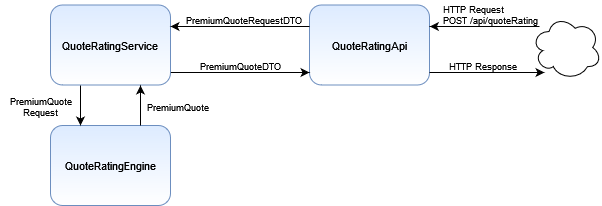
Earlier version of the draw.io export QuoteRatingAPI-Request-Flow.png (ErikKierstead/Coterie-Backend-Project). Source tidied: cells renumbered, new cells last; positions are measured from the earlier drawing's top-left corner, leaving out a move shared by most shapes. Its diagram source:
```xml
<mxGraphModel>
  <root>
    <mxCell id="0" />
    <mxCell id="1" parent="0" />
    <mxCell id="2" value="&lt;div style=&quot;font-size: 9px;&quot; align=&quot;left&quot;&gt;HTTP Request&lt;br style=&quot;font-size: 9px;&quot;&gt;&lt;/div&gt;&lt;div style=&quot;font-size: 9px;&quot; align=&quot;left&quot;&gt;POST /api/quoteRating&lt;/div&gt;" style="text;html=1;align=left;verticalAlign=middle;strokeColor=none;fillColor=none;fontSize=9;" parent="1" vertex="1">
      <mxGeometry x="441" width="110" height="30" as="geometry" />
    </mxCell>
    <mxCell id="3" value="PremiumQuoteRequestDTO" style="text;html=1;align=center;verticalAlign=middle;strokeColor=none;fillColor=none;fontSize=9;" parent="1" vertex="1">
      <mxGeometry x="178" y="10" width="130" height="20" as="geometry" />
    </mxCell>
    <mxCell id="4" value="QuoteRatingApi" style="rounded=1;whiteSpace=wrap;html=1;fontSize=11;fillColor=#DDEBFF;strokeColor=#6c8ebf;gradientColor=#ffffff;" parent="1" vertex="1">
      <mxGeometry x="309" y="4.5" width="120" height="80" as="geometry" />
    </mxCell>
    <mxCell id="5" value="QuoteRatingService" style="rounded=1;whiteSpace=wrap;html=1;fontSize=11;fillColor=#DDEBFF;strokeColor=#6c8ebf;gradientColor=#ffffff;" parent="1" vertex="1">
      <mxGeometry x="50" y="4.5" width="120" height="80" as="geometry" />
    </mxCell>
    <mxCell id="6" value="QuoteRatingEngine" style="rounded=1;whiteSpace=wrap;html=1;fontSize=11;fillColor=#DDEBFF;strokeColor=#6c8ebf;gradientColor=#ffffff;" parent="1" vertex="1">
      <mxGeometry x="50" y="125" width="120" height="80" as="geometry" />
    </mxCell>
    <mxCell id="7" style="endArrow=classic;html=1;rounded=0;exitX=0.25;exitY=1;exitDx=0;exitDy=0;entryX=0.25;entryY=0;entryDx=0;entryDy=0;" parent="1" edge="1" target="6">
      <mxGeometry relative="1" as="geometry">
        <mxPoint x="80" y="85" as="sourcePoint" />
      </mxGeometry>
    </mxCell>
    <mxCell id="8" style="endArrow=classic;html=1;rounded=0;exitX=1.003;exitY=0.813;exitDx=0;exitDy=0;exitPerimeter=0;" parent="1" edge="1">
      <mxGeometry relative="1" as="geometry">
        <mxPoint x="170.4" y="72" as="sourcePoint" />
        <mxPoint x="309" y="72" as="targetPoint" />
      </mxGeometry>
    </mxCell>
    <mxCell id="9" style="endArrow=classic;html=1;rounded=0;exitX=0;exitY=0.25;exitDx=0;exitDy=0;" parent="1" edge="1">
      <mxGeometry relative="1" as="geometry">
        <mxPoint x="309" y="26" as="sourcePoint" />
        <mxPoint x="170" y="26" as="targetPoint" />
      </mxGeometry>
    </mxCell>
    <mxCell id="10" style="endArrow=classic;html=1;rounded=0;exitX=0.75;exitY=0;exitDx=0;exitDy=0;entryX=0.75;entryY=1;entryDx=0;entryDy=0;" parent="1" edge="1" source="6">
      <mxGeometry relative="1" as="geometry">
        <mxPoint x="140" y="85" as="targetPoint" />
      </mxGeometry>
    </mxCell>
    <mxCell id="11" style="ellipse;shape=cloud;whiteSpace=wrap;html=1;" parent="1" vertex="1">
      <mxGeometry x="531" y="15" width="70" height="64" as="geometry" />
    </mxCell>
    <mxCell id="12" value="PremiumQuoteDTO" style="text;html=1;align=center;verticalAlign=middle;strokeColor=none;fillColor=none;fontSize=9;" parent="1" vertex="1">
      <mxGeometry x="190" y="56" width="100" height="20" as="geometry" />
    </mxCell>
    <mxCell id="13" value="PremiumQuote&lt;br style=&quot;font-size: 9px;&quot;&gt;Request" style="text;html=1;align=center;verticalAlign=middle;strokeColor=none;fillColor=none;fontSize=9;" parent="1" vertex="1">
      <mxGeometry y="92" width="80" height="30" as="geometry" />
    </mxCell>
    <mxCell id="14" value="PremiumQuote" style="text;html=1;align=center;verticalAlign=middle;strokeColor=none;fillColor=none;fontSize=9;" parent="1" vertex="1">
      <mxGeometry x="137" y="97" width="80" height="20" as="geometry" />
    </mxCell>
    <mxCell id="15" style="endArrow=classic;html=1;rounded=0;fontSize=6;entryX=1.003;entryY=0.263;entryDx=0;entryDy=0;entryPerimeter=0;" parent="1" edge="1">
      <mxGeometry relative="1" as="geometry">
        <mxPoint x="539" y="26" as="sourcePoint" />
        <mxPoint x="429.4" y="26" as="targetPoint" />
      </mxGeometry>
    </mxCell>
    <mxCell id="16" value="HTTP Response" style="text;html=1;align=center;verticalAlign=middle;strokeColor=none;fillColor=none;fontSize=9;" parent="1" vertex="1">
      <mxGeometry x="442" y="56" width="80" height="20" as="geometry" />
    </mxCell>
    <mxCell id="17" style="endArrow=classic;html=1;rounded=0;fontSize=9;" parent="1" edge="1">
      <mxGeometry relative="1" as="geometry">
        <mxPoint x="429" y="72" as="sourcePoint" />
        <mxPoint x="544" y="72" as="targetPoint" />
      </mxGeometry>
    </mxCell>
  </root>
</mxGraphModel>
```
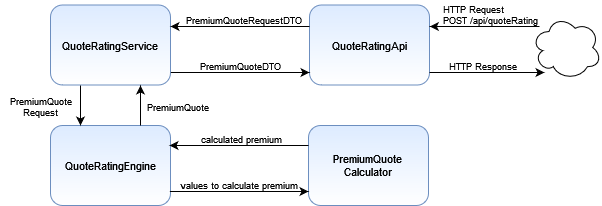
The same file after the commit.

Diff of the diagram source:
```diff
@@ -66,5 +66,26 @@
         <mxPoint x="544" y="72" as="targetPoint" />
       </mxGeometry>
     </mxCell>
+    <mxCell id="18" value="PremiumQuote&lt;br&gt;Calculator" style="rounded=1;whiteSpace=wrap;html=1;fontSize=11;fillColor=#DDEBFF;strokeColor=#6c8ebf;gradientColor=#ffffff;" parent="1" vertex="1">
+      <mxGeometry x="308" y="125" width="120" height="80" as="geometry" />
+    </mxCell>
+    <mxCell id="19" style="endArrow=classic;html=1;rounded=0;exitX=1.003;exitY=0.813;exitDx=0;exitDy=0;exitPerimeter=0;" parent="1" edge="1">
+      <mxGeometry relative="1" as="geometry">
+        <mxPoint x="169.4" y="191" as="sourcePoint" />
+        <mxPoint x="308" y="191" as="targetPoint" />
+      </mxGeometry>
+    </mxCell>
+    <mxCell id="20" style="endArrow=classic;html=1;rounded=0;exitX=0;exitY=0.25;exitDx=0;exitDy=0;" parent="1" edge="1">
+      <mxGeometry relative="1" as="geometry">
+        <mxPoint x="308" y="145" as="sourcePoint" />
+        <mxPoint x="169" y="145" as="targetPoint" />
+      </mxGeometry>
+    </mxCell>
+    <mxCell id="21" value="calculated premium" style="text;html=1;align=center;verticalAlign=middle;strokeColor=none;fillColor=none;fontSize=9;" parent="1" vertex="1">
+      <mxGeometry x="191" y="129" width="100" height="20" as="geometry" />
+    </mxCell>
+    <mxCell id="22" value="values to calculate premium" style="text;html=1;align=center;verticalAlign=middle;strokeColor=none;fillColor=none;fontSize=9;" parent="1" vertex="1">
+      <mxGeometry x="173" y="175" width="130" height="20" as="geometry" />
+    </mxCell>
   </root>
 </mxGraphModel>
```
